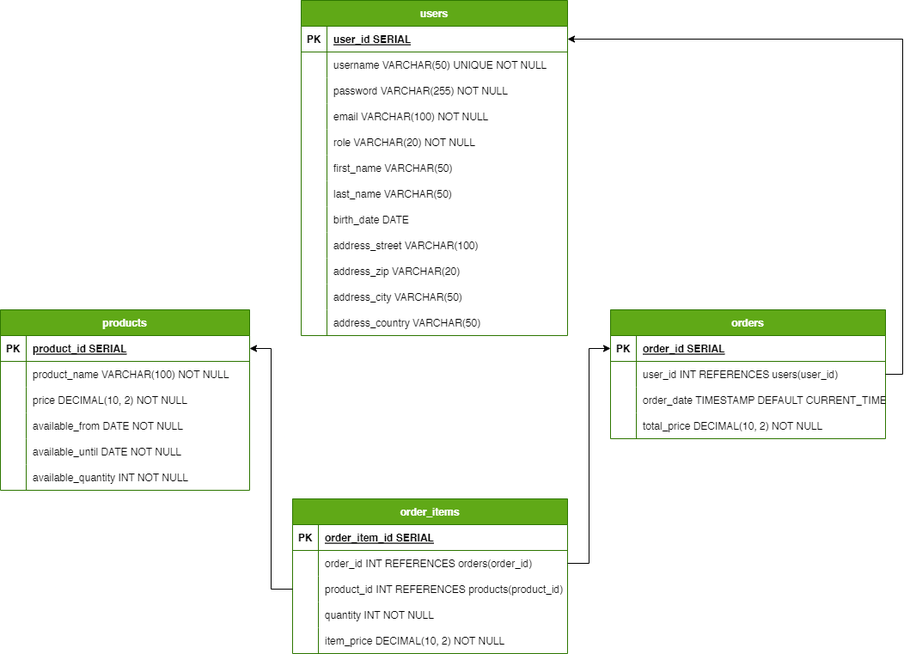
Before: docs/Database Entity Diagram.png, a diagram exported from draw.io (kaizerpwn/order-management-app). Source tidied: cells renumbered, new cells last; positions are measured from the earlier drawing's top-left corner, leaving out a move shared by most shapes.
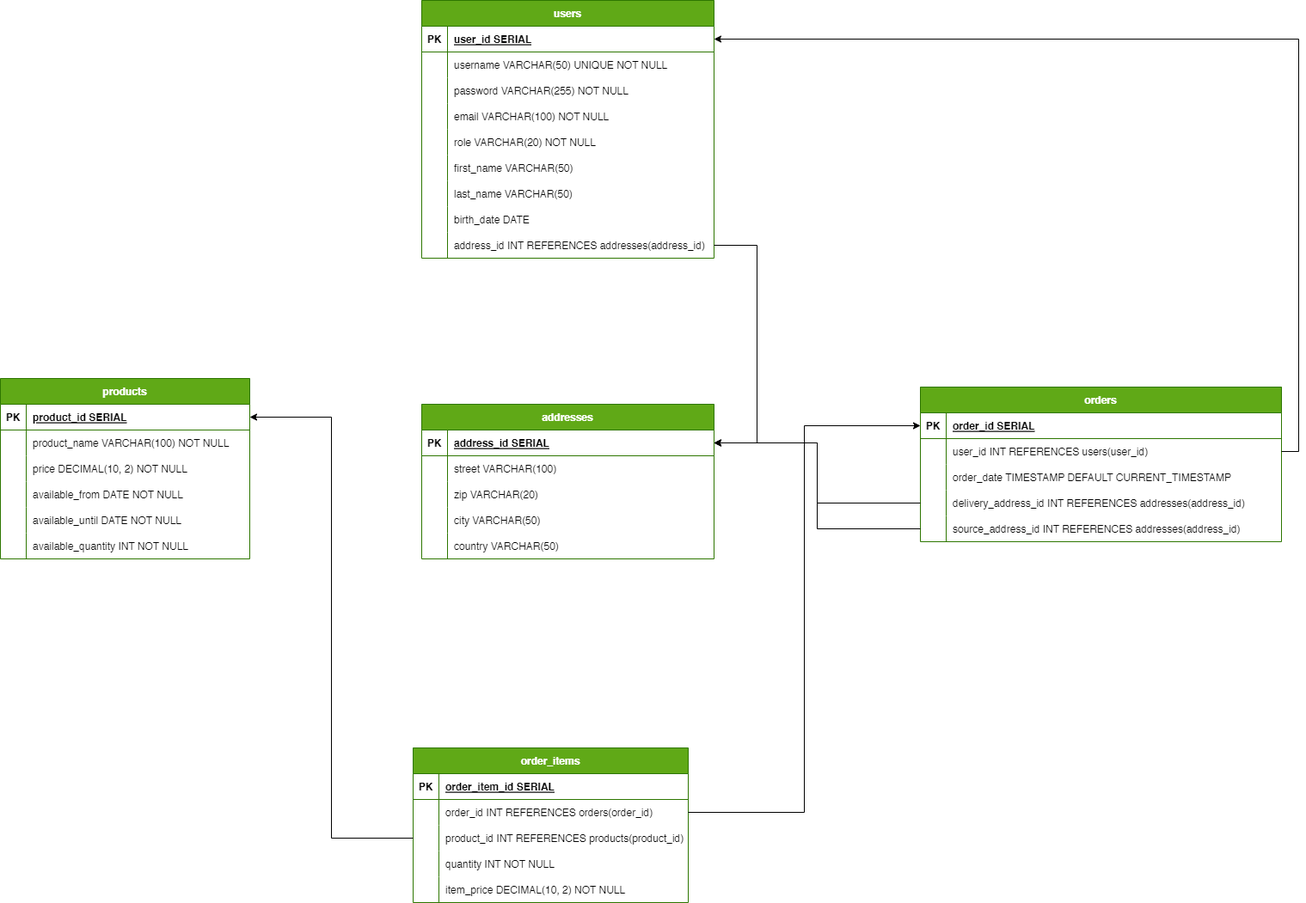
The same diagram one commit later.

The edit, as a diff of the source:
```diff
@@ -5,6 +5,6 @@
     <mxCell id="2" value="users" style="shape=table;startSize=30;rowLines=0;fontStyle=1;align=center;fillColor=#60a917;fontColor=#ffffff;strokeColor=#2D7600;" parent="1" vertex="1">
-      <mxGeometry x="350" width="310" height="390" as="geometry" />
+      <mxGeometry x="360" y="-90" width="340" height="300" as="geometry" />
     </mxCell>
     <mxCell id="3" style="shape=tableRow;horizontal=0;startSize=0;swimlaneHead=0;swimlaneBody=0;fillColor=none;points=[[0,0.5],[1,0.5]];portConstraint=eastwest;strokeColor=inherit;top=0;left=0;right=0;bottom=1;" parent="2" vertex="1">
-      <mxGeometry y="30" width="310" height="30" as="geometry" />
+      <mxGeometry y="30" width="340" height="30" as="geometry" />
     </mxCell>
@@ -14,6 +14,6 @@
     <mxCell id="5" value="user_id SERIAL " style="shape=partialRectangle;overflow=hidden;fillColor=none;align=left;strokeColor=inherit;top=0;left=0;bottom=0;right=0;spacingLeft=6;fontStyle=5;" parent="3" vertex="1">
-      <mxGeometry x="30" width="280" height="30" as="geometry" />
+      <mxGeometry x="30" width="310" height="30" as="geometry" />
     </mxCell>
     <mxCell id="6" style="shape=tableRow;horizontal=0;startSize=0;swimlaneHead=0;swimlaneBody=0;fillColor=none;strokeColor=inherit;top=0;left=0;right=0;bottom=0;" parent="2" vertex="1">
-      <mxGeometry y="60" width="310" height="30" as="geometry" />
+      <mxGeometry y="60" width="340" height="30" as="geometry" />
     </mxCell>
@@ -23,6 +23,6 @@
     <mxCell id="8" value="username VARCHAR(50) UNIQUE NOT NULL" style="shape=partialRectangle;overflow=hidden;fillColor=none;align=left;strokeColor=inherit;top=0;left=0;bottom=0;right=0;spacingLeft=6;" parent="6" vertex="1">
-      <mxGeometry x="30" width="280" height="30" as="geometry" />
+      <mxGeometry x="30" width="310" height="30" as="geometry" />
     </mxCell>
     <mxCell id="9" style="shape=tableRow;horizontal=0;startSize=0;swimlaneHead=0;swimlaneBody=0;fillColor=none;strokeColor=inherit;top=0;left=0;right=0;bottom=0;" parent="2" vertex="1">
-      <mxGeometry y="90" width="310" height="30" as="geometry" />
+      <mxGeometry y="90" width="340" height="30" as="geometry" />
     </mxCell>
@@ -32,6 +32,6 @@
     <mxCell id="11" value="password VARCHAR(255) NOT NULL" style="shape=partialRectangle;overflow=hidden;fillColor=none;align=left;strokeColor=inherit;top=0;left=0;bottom=0;right=0;spacingLeft=6;" parent="9" vertex="1">
-      <mxGeometry x="30" width="280" height="30" as="geometry" />
+      <mxGeometry x="30" width="310" height="30" as="geometry" />
     </mxCell>
     <mxCell id="12" style="shape=tableRow;horizontal=0;startSize=0;swimlaneHead=0;swimlaneBody=0;fillColor=none;strokeColor=inherit;top=0;left=0;right=0;bottom=0;" parent="2" vertex="1">
-      <mxGeometry y="120" width="310" height="30" as="geometry" />
+      <mxGeometry y="120" width="340" height="30" as="geometry" />
     </mxCell>
@@ -41,6 +41,6 @@
     <mxCell id="14" value="email VARCHAR(100) NOT NULL" style="shape=partialRectangle;overflow=hidden;fillColor=none;align=left;strokeColor=inherit;top=0;left=0;bottom=0;right=0;spacingLeft=6;" parent="12" vertex="1">
-      <mxGeometry x="30" width="280" height="30" as="geometry" />
+      <mxGeometry x="30" width="310" height="30" as="geometry" />
     </mxCell>
     <mxCell id="15" style="shape=tableRow;horizontal=0;startSize=0;swimlaneHead=0;swimlaneBody=0;fillColor=none;strokeColor=inherit;top=0;left=0;right=0;bottom=0;" parent="2" vertex="1">
-      <mxGeometry y="150" width="310" height="30" as="geometry" />
+      <mxGeometry y="150" width="340" height="30" as="geometry" />
     </mxCell>
@@ -50,6 +50,6 @@
     <mxCell id="17" value="role VARCHAR(20) NOT NULL" style="shape=partialRectangle;overflow=hidden;fillColor=none;align=left;strokeColor=inherit;top=0;left=0;bottom=0;right=0;spacingLeft=6;" parent="15" vertex="1">
-      <mxGeometry x="30" width="280" height="30" as="geometry" />
+      <mxGeometry x="30" width="310" height="30" as="geometry" />
     </mxCell>
     <mxCell id="18" style="shape=tableRow;horizontal=0;startSize=0;swimlaneHead=0;swimlaneBody=0;fillColor=none;strokeColor=inherit;top=0;left=0;right=0;bottom=0;" parent="2" vertex="1">
-      <mxGeometry y="180" width="310" height="30" as="geometry" />
+      <mxGeometry y="180" width="340" height="30" as="geometry" />
     </mxCell>
@@ -59,6 +59,6 @@
     <mxCell id="20" value="first_name VARCHAR(50)" style="shape=partialRectangle;overflow=hidden;fillColor=none;align=left;strokeColor=inherit;top=0;left=0;bottom=0;right=0;spacingLeft=6;" parent="18" vertex="1">
-      <mxGeometry x="30" width="280" height="30" as="geometry" />
+      <mxGeometry x="30" width="310" height="30" as="geometry" />
     </mxCell>
     <mxCell id="21" style="shape=tableRow;horizontal=0;startSize=0;swimlaneHead=0;swimlaneBody=0;fillColor=none;strokeColor=inherit;top=0;left=0;right=0;bottom=0;" parent="2" vertex="1">
-      <mxGeometry y="210" width="310" height="30" as="geometry" />
+      <mxGeometry y="210" width="340" height="30" as="geometry" />
     </mxCell>
@@ -68,6 +68,6 @@
     <mxCell id="23" value="last_name VARCHAR(50)" style="shape=partialRectangle;overflow=hidden;fillColor=none;align=left;strokeColor=inherit;top=0;left=0;bottom=0;right=0;spacingLeft=6;" parent="21" vertex="1">
-      <mxGeometry x="30" width="280" height="30" as="geometry" />
+      <mxGeometry x="30" width="310" height="30" as="geometry" />
     </mxCell>
     <mxCell id="24" style="shape=tableRow;horizontal=0;startSize=0;swimlaneHead=0;swimlaneBody=0;fillColor=none;strokeColor=inherit;top=0;left=0;right=0;bottom=0;" parent="2" vertex="1">
-      <mxGeometry y="240" width="310" height="30" as="geometry" />
+      <mxGeometry y="240" width="340" height="30" as="geometry" />
     </mxCell>
@@ -77,6 +77,6 @@
     <mxCell id="26" value="birth_date DATE" style="shape=partialRectangle;overflow=hidden;fillColor=none;align=left;strokeColor=inherit;top=0;left=0;bottom=0;right=0;spacingLeft=6;" parent="24" vertex="1">
-      <mxGeometry x="30" width="280" height="30" as="geometry" />
+      <mxGeometry x="30" width="310" height="30" as="geometry" />
     </mxCell>
     <mxCell id="27" style="shape=tableRow;horizontal=0;startSize=0;swimlaneHead=0;swimlaneBody=0;fillColor=none;points=[[0,0.5],[1,0.5]];portConstraint=eastwest;strokeColor=inherit;top=0;left=0;right=0;bottom=0;" parent="2" vertex="1">
-      <mxGeometry y="270" width="310" height="30" as="geometry" />
+      <mxGeometry y="270" width="340" height="30" as="geometry" />
     </mxCell>
@@ -85,34 +85,7 @@
     </mxCell>
-    <mxCell id="29" value="address_street VARCHAR(100)" style="shape=partialRectangle;overflow=hidden;fillColor=none;align=left;strokeColor=inherit;top=0;left=0;bottom=0;right=0;spacingLeft=6;" parent="27" vertex="1">
-      <mxGeometry x="30" width="280" height="30" as="geometry" />
+    <mxCell id="29" value="address_id INT REFERENCES addresses(address_id)" style="shape=partialRectangle;overflow=hidden;fillColor=none;align=left;strokeColor=inherit;top=0;left=0;bottom=0;right=0;spacingLeft=6;" parent="27" vertex="1">
+      <mxGeometry x="30" width="310" height="30" as="geometry" />
     </mxCell>
-    <mxCell id="30" style="shape=tableRow;horizontal=0;startSize=0;swimlaneHead=0;swimlaneBody=0;fillColor=none;strokeColor=inherit;top=0;left=0;right=0;bottom=0;" parent="2" vertex="1">
-      <mxGeometry y="300" width="310" height="30" as="geometry" />
-    </mxCell>
-    <mxCell id="31" style="shape=partialRectangle;overflow=hidden;fillColor=none;strokeColor=inherit;top=0;left=0;bottom=0;right=0;" parent="30" vertex="1">
-      <mxGeometry width="30" height="30" as="geometry" />
-    </mxCell>
-    <mxCell id="32" value="address_zip VARCHAR(20)" style="shape=partialRectangle;overflow=hidden;fillColor=none;align=left;strokeColor=inherit;top=0;left=0;bottom=0;right=0;spacingLeft=6;" parent="30" vertex="1">
-      <mxGeometry x="30" width="280" height="30" as="geometry" />
-    </mxCell>
-    <mxCell id="33" style="shape=tableRow;horizontal=0;startSize=0;swimlaneHead=0;swimlaneBody=0;fillColor=none;strokeColor=inherit;top=0;left=0;right=0;bottom=0;" parent="2" vertex="1">
-      <mxGeometry y="330" width="310" height="30" as="geometry" />
-    </mxCell>
-    <mxCell id="34" style="shape=partialRectangle;overflow=hidden;fillColor=none;strokeColor=inherit;top=0;left=0;bottom=0;right=0;" parent="33" vertex="1">
-      <mxGeometry width="30" height="30" as="geometry" />
-    </mxCell>
-    <mxCell id="35" value="address_city VARCHAR(50)" style="shape=partialRectangle;overflow=hidden;fillColor=none;align=left;strokeColor=inherit;top=0;left=0;bottom=0;right=0;spacingLeft=6;" parent="33" vertex="1">
-      <mxGeometry x="30" width="280" height="30" as="geometry" />
-    </mxCell>
-    <mxCell id="36" style="shape=tableRow;horizontal=0;startSize=0;swimlaneHead=0;swimlaneBody=0;fillColor=none;strokeColor=inherit;top=0;left=0;right=0;bottom=0;" parent="2" vertex="1">
-      <mxGeometry y="360" width="310" height="30" as="geometry" />
-    </mxCell>
-    <mxCell id="37" style="shape=partialRectangle;overflow=hidden;fillColor=none;strokeColor=inherit;top=0;left=0;bottom=0;right=0;" parent="36" vertex="1">
-      <mxGeometry width="30" height="30" as="geometry" />
-    </mxCell>
-    <mxCell id="38" value="address_country VARCHAR(50)" style="shape=partialRectangle;overflow=hidden;fillColor=none;align=left;strokeColor=inherit;top=0;left=0;bottom=0;right=0;spacingLeft=6;" parent="36" vertex="1">
-      <mxGeometry x="30" width="280" height="30" as="geometry" />
-    </mxCell>
     <mxCell id="39" value="products" style="shape=table;startSize=30;rowLines=0;fontStyle=1;align=center;fillColor=#60a917;fontColor=#ffffff;strokeColor=#2D7600;" parent="1" vertex="1">
-      <mxGeometry y="360" width="290" height="210" as="geometry" />
+      <mxGeometry x="-130" y="350" width="290" height="210" as="geometry" />
     </mxCell>
@@ -172,7 +145,7 @@
     </mxCell>
-    <mxCell id="58" value="orders" style="shape=table;startSize=30;rowLines=0;fontStyle=1;align=center;fillColor=#60a917;fontColor=#ffffff;strokeColor=#2D7600;" parent="1" vertex="1">
-      <mxGeometry x="710" y="360" width="320" height="150" as="geometry" />
+    <mxCell id="58" value="orders" style="shape=table;startSize=30;rowLines=0;fontStyle=1;align=center;fillColor=#60a917;strokeColor=#2D7600;fontColor=#ffffff;" parent="1" vertex="1">
+      <mxGeometry x="940" y="360" width="420" height="180" as="geometry" />
     </mxCell>
     <mxCell id="59" style="shape=tableRow;horizontal=0;startSize=0;swimlaneHead=0;swimlaneBody=0;fillColor=none;points=[[0,0.5],[1,0.5]];portConstraint=eastwest;strokeColor=inherit;top=0;left=0;right=0;bottom=1;" parent="58" vertex="1">
-      <mxGeometry y="30" width="320" height="30" as="geometry" />
+      <mxGeometry y="30" width="420" height="30" as="geometry" />
     </mxCell>
@@ -182,6 +155,6 @@
     <mxCell id="61" value="order_id SERIAL " style="shape=partialRectangle;overflow=hidden;fillColor=none;align=left;strokeColor=inherit;top=0;left=0;bottom=0;right=0;spacingLeft=6;fontStyle=5;" parent="59" vertex="1">
-      <mxGeometry x="30" width="290" height="30" as="geometry" />
+      <mxGeometry x="30" width="390" height="30" as="geometry" />
     </mxCell>
     <mxCell id="62" style="shape=tableRow;horizontal=0;startSize=0;swimlaneHead=0;swimlaneBody=0;fillColor=none;points=[[0,0.5],[1,0.5]];portConstraint=eastwest;strokeColor=inherit;top=0;left=0;right=0;bottom=0;" parent="58" vertex="1">
-      <mxGeometry y="60" width="320" height="30" as="geometry" />
+      <mxGeometry y="60" width="420" height="30" as="geometry" />
     </mxCell>
@@ -191,6 +164,6 @@
     <mxCell id="64" value="user_id INT REFERENCES users(user_id)" style="shape=partialRectangle;overflow=hidden;fillColor=none;align=left;strokeColor=inherit;top=0;left=0;bottom=0;right=0;spacingLeft=6;" parent="62" vertex="1">
-      <mxGeometry x="30" width="290" height="30" as="geometry" />
+      <mxGeometry x="30" width="390" height="30" as="geometry" />
     </mxCell>
     <mxCell id="65" style="shape=tableRow;horizontal=0;startSize=0;swimlaneHead=0;swimlaneBody=0;fillColor=none;strokeColor=inherit;top=0;left=0;right=0;bottom=0;" parent="58" vertex="1">
-      <mxGeometry y="90" width="320" height="30" as="geometry" />
+      <mxGeometry y="90" width="420" height="30" as="geometry" />
     </mxCell>
@@ -200,6 +173,6 @@
     <mxCell id="67" value="order_date TIMESTAMP DEFAULT CURRENT_TIMESTAMP" style="shape=partialRectangle;overflow=hidden;fillColor=none;align=left;strokeColor=inherit;top=0;left=0;bottom=0;right=0;spacingLeft=6;" parent="65" vertex="1">
-      <mxGeometry x="30" width="290" height="30" as="geometry" />
+      <mxGeometry x="30" width="390" height="30" as="geometry" />
     </mxCell>
     <mxCell id="68" style="shape=tableRow;horizontal=0;startSize=0;swimlaneHead=0;swimlaneBody=0;fillColor=none;points=[[0,0.5],[1,0.5]];portConstraint=eastwest;strokeColor=inherit;top=0;left=0;right=0;bottom=0;" parent="58" vertex="1">
-      <mxGeometry y="120" width="320" height="30" as="geometry" />
+      <mxGeometry y="120" width="420" height="30" as="geometry" />
     </mxCell>
@@ -208,5 +181,14 @@
     </mxCell>
-    <mxCell id="70" value="total_price DECIMAL(10, 2) NOT NULL" style="shape=partialRectangle;overflow=hidden;fillColor=none;align=left;strokeColor=inherit;top=0;left=0;bottom=0;right=0;spacingLeft=6;" parent="68" vertex="1">
-      <mxGeometry x="30" width="290" height="30" as="geometry" />
+    <mxCell id="70" value="delivery_address_id INT REFERENCES addresses(address_id)" style="shape=partialRectangle;overflow=hidden;fillColor=none;align=left;strokeColor=inherit;top=0;left=0;bottom=0;right=0;spacingLeft=6;" parent="68" vertex="1">
+      <mxGeometry x="30" width="390" height="30" as="geometry" />
     </mxCell>
+    <mxCell id="90" style="shape=tableRow;horizontal=0;startSize=0;swimlaneHead=0;swimlaneBody=0;fillColor=none;points=[[0,0.5],[1,0.5]];portConstraint=eastwest;strokeColor=inherit;top=0;left=0;right=0;bottom=0;" parent="58" vertex="1">
+      <mxGeometry y="150" width="420" height="30" as="geometry" />
+    </mxCell>
+    <mxCell id="91" style="shape=partialRectangle;overflow=hidden;fillColor=none;strokeColor=inherit;top=0;left=0;bottom=0;right=0;" parent="90" vertex="1">
+      <mxGeometry width="30" height="30" as="geometry" />
+    </mxCell>
+    <mxCell id="92" value="source_address_id INT REFERENCES addresses(address_id)" style="shape=partialRectangle;overflow=hidden;fillColor=none;align=left;strokeColor=inherit;top=0;left=0;bottom=0;right=0;spacingLeft=6;" parent="90" vertex="1">
+      <mxGeometry x="30" width="390" height="30" as="geometry" />
+    </mxCell>
     <mxCell id="71" style="edgeStyle=orthogonalEdgeStyle;rounded=0;jettySize=auto;html=1;exitX=1;exitY=0.5;exitDx=0;exitDy=0;entryX=1;entryY=0.5;entryDx=0;entryDy=0;" parent="1" edge="1" source="62" target="3">
@@ -215,3 +197,3 @@
     <mxCell id="72" value="order_items" style="shape=table;startSize=30;rowLines=0;fontStyle=1;align=center;fillColor=#60a917;strokeColor=#2D7600;fontColor=#ffffff;" parent="1" vertex="1">
-      <mxGeometry x="340" y="580" width="320" height="180" as="geometry" />
+      <mxGeometry x="350" y="780" width="320" height="180" as="geometry" />
     </mxCell>
@@ -268,2 +250,64 @@
     </mxCell>
+    <mxCell id="93" value="addresses" style="shape=table;startSize=30;rowLines=0;fontStyle=1;align=center;fillColor=#60a917;fontColor=#ffffff;strokeColor=#2D7600;" parent="1" vertex="1">
+      <mxGeometry x="360" y="380" width="340" height="180" as="geometry" />
+    </mxCell>
+    <mxCell id="94" style="shape=tableRow;horizontal=0;startSize=0;swimlaneHead=0;swimlaneBody=0;fillColor=none;points=[[0,0.5],[1,0.5]];portConstraint=eastwest;strokeColor=inherit;top=0;left=0;right=0;bottom=1;" parent="93" vertex="1">
+      <mxGeometry y="30" width="340" height="30" as="geometry" />
+    </mxCell>
+    <mxCell id="95" value="PK" style="shape=partialRectangle;overflow=hidden;fillColor=none;strokeColor=inherit;top=0;left=0;bottom=0;right=0;fontStyle=1;" parent="94" vertex="1">
+      <mxGeometry width="30" height="30" as="geometry" />
+    </mxCell>
+    <mxCell id="96" value="address_id SERIAL " style="shape=partialRectangle;overflow=hidden;fillColor=none;align=left;strokeColor=inherit;top=0;left=0;bottom=0;right=0;spacingLeft=6;fontStyle=5;" parent="94" vertex="1">
+      <mxGeometry x="30" width="310" height="30" as="geometry" />
+    </mxCell>
+    <mxCell id="97" style="shape=tableRow;horizontal=0;startSize=0;swimlaneHead=0;swimlaneBody=0;fillColor=none;strokeColor=inherit;top=0;left=0;right=0;bottom=0;" parent="93" vertex="1">
+      <mxGeometry y="60" width="340" height="30" as="geometry" />
+    </mxCell>
+    <mxCell id="98" style="shape=partialRectangle;overflow=hidden;fillColor=none;strokeColor=inherit;top=0;left=0;bottom=0;right=0;" parent="97" vertex="1">
+      <mxGeometry width="30" height="30" as="geometry" />
+    </mxCell>
+    <mxCell id="99" value="street VARCHAR(100)" style="shape=partialRectangle;overflow=hidden;fillColor=none;align=left;strokeColor=inherit;top=0;left=0;bottom=0;right=0;spacingLeft=6;" parent="97" vertex="1">
+      <mxGeometry x="30" width="310" height="30" as="geometry" />
+    </mxCell>
+    <mxCell id="100" style="shape=tableRow;horizontal=0;startSize=0;swimlaneHead=0;swimlaneBody=0;fillColor=none;strokeColor=inherit;top=0;left=0;right=0;bottom=0;" parent="93" vertex="1">
+      <mxGeometry y="90" width="340" height="30" as="geometry" />
+    </mxCell>
+    <mxCell id="101" style="shape=partialRectangle;overflow=hidden;fillColor=none;strokeColor=inherit;top=0;left=0;bottom=0;right=0;" parent="100" vertex="1">
+      <mxGeometry width="30" height="30" as="geometry" />
+    </mxCell>
+    <mxCell id="102" value="zip VARCHAR(20)" style="shape=partialRectangle;overflow=hidden;fillColor=none;align=left;strokeColor=inherit;top=0;left=0;bottom=0;right=0;spacingLeft=6;" parent="100" vertex="1">
+      <mxGeometry x="30" width="310" height="30" as="geometry" />
+    </mxCell>
+    <mxCell id="103" style="shape=tableRow;horizontal=0;startSize=0;swimlaneHead=0;swimlaneBody=0;fillColor=none;strokeColor=inherit;top=0;left=0;right=0;bottom=0;" parent="93" vertex="1">
+      <mxGeometry y="120" width="340" height="30" as="geometry" />
+    </mxCell>
+    <mxCell id="104" style="shape=partialRectangle;overflow=hidden;fillColor=none;strokeColor=inherit;top=0;left=0;bottom=0;right=0;" parent="103" vertex="1">
+      <mxGeometry width="30" height="30" as="geometry" />
+    </mxCell>
+    <mxCell id="105" value="city VARCHAR(50)" style="shape=partialRectangle;overflow=hidden;fillColor=none;align=left;strokeColor=inherit;top=0;left=0;bottom=0;right=0;spacingLeft=6;" parent="103" vertex="1">
+      <mxGeometry x="30" width="310" height="30" as="geometry" />
+    </mxCell>
+    <mxCell id="106" style="shape=tableRow;horizontal=0;startSize=0;swimlaneHead=0;swimlaneBody=0;fillColor=none;strokeColor=inherit;top=0;left=0;right=0;bottom=0;" parent="93" vertex="1">
+      <mxGeometry y="150" width="340" height="30" as="geometry" />
+    </mxCell>
+    <mxCell id="107" style="shape=partialRectangle;overflow=hidden;fillColor=none;strokeColor=inherit;top=0;left=0;bottom=0;right=0;" parent="106" vertex="1">
+      <mxGeometry width="30" height="30" as="geometry" />
+    </mxCell>
+    <mxCell id="108" value="country VARCHAR(50)" style="shape=partialRectangle;overflow=hidden;fillColor=none;align=left;strokeColor=inherit;top=0;left=0;bottom=0;right=0;spacingLeft=6;" parent="106" vertex="1">
+      <mxGeometry x="30" width="310" height="30" as="geometry" />
+    </mxCell>
+    <mxCell id="109" style="edgeStyle=orthogonalEdgeStyle;rounded=0;jettySize=auto;html=1;exitX=1;exitY=0.5;exitDx=0;exitDy=0;entryX=1;entryY=0.5;entryDx=0;entryDy=0;" parent="1" edge="1" source="27" target="94">
+      <mxGeometry relative="1" as="geometry">
+        <Array as="points">
+          <mxPoint x="750" y="195" />
+          <mxPoint x="750" y="425" />
+        </Array>
+      </mxGeometry>
+    </mxCell>
+    <mxCell id="110" style="edgeStyle=orthogonalEdgeStyle;rounded=0;jettySize=auto;html=1;exitX=0;exitY=0.5;exitDx=0;exitDy=0;entryX=1;entryY=0.5;entryDx=0;entryDy=0;" parent="1" edge="1" source="68" target="94">
+      <mxGeometry relative="1" as="geometry" />
+    </mxCell>
+    <mxCell id="111" style="edgeStyle=orthogonalEdgeStyle;rounded=0;jettySize=auto;html=1;exitX=0;exitY=0.5;exitDx=0;exitDy=0;entryX=1;entryY=0.5;entryDx=0;entryDy=0;" parent="1" edge="1" source="90" target="94">
+      <mxGeometry relative="1" as="geometry" />
+    </mxCell>
   </root>
```
